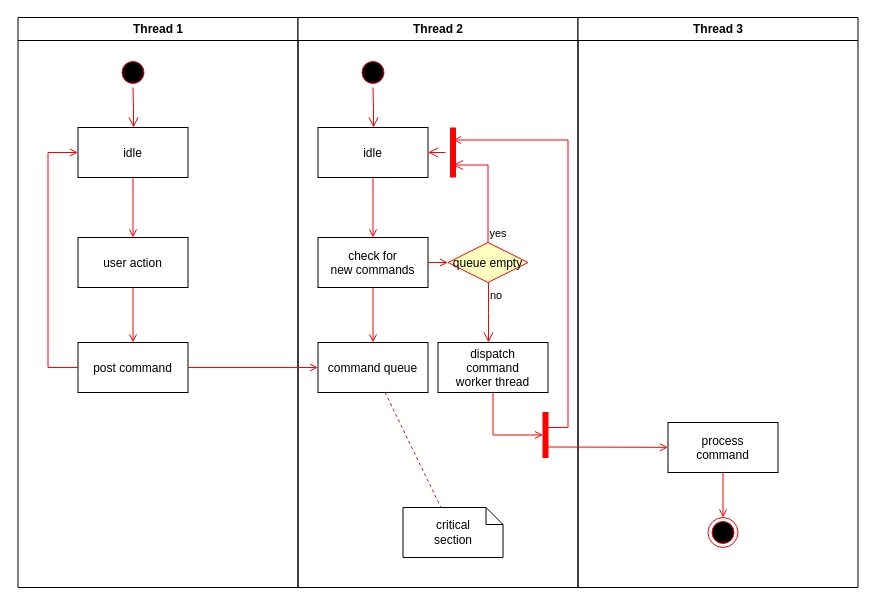
The draw.io diagram age_tool_install.drawio in bitdswrdl/age_tool, before the edit. Source tidied: cells renumbered, new cells numbered last; positions are measured from the earlier drawing's top-left corner, leaving out a move shared by most shapes. Both pictures are drawn from the tidied source at 100%, with x=0, y=0 at pixel (17, 17).
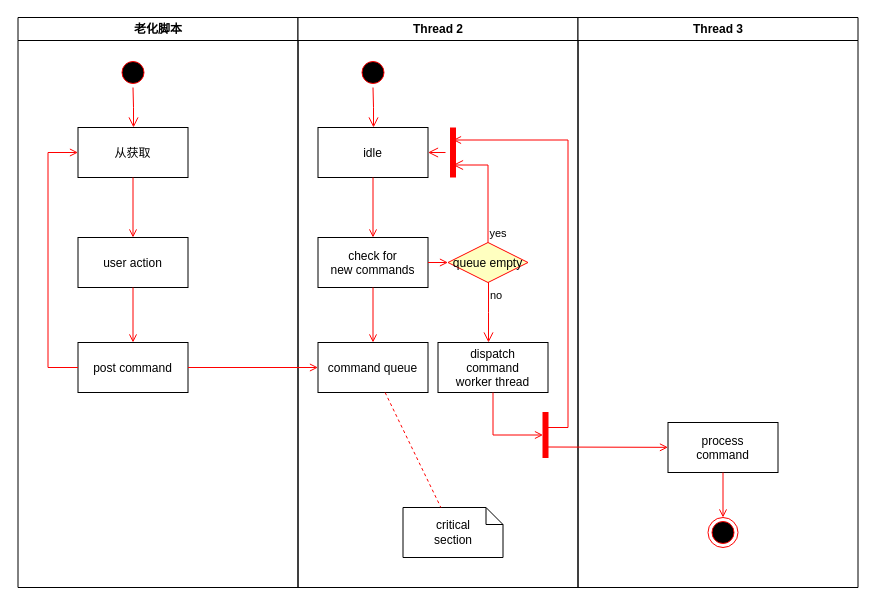
After the change.

Change to the diagram source:
```diff
@@
-    <mxCell id="2" value="Thread 1" style="swimlane;whiteSpace=wrap;" parent="1" vertex="1">
+    <mxCell id="2" value="老化脚本" style="swimlane;whiteSpace=wrap;startSize=23;" parent="1" vertex="1">
       <mxGeometry x="0.5" width="280" height="570" as="geometry" />
     </mxCell>
@@
-    <mxCell id="5" value="idle" parent="2" vertex="1">
+    <mxCell id="5" value="从获取" parent="2" vertex="1">
       <mxGeometry x="60" y="110" width="110" height="50" as="geometry" />
     </mxCell>
```
